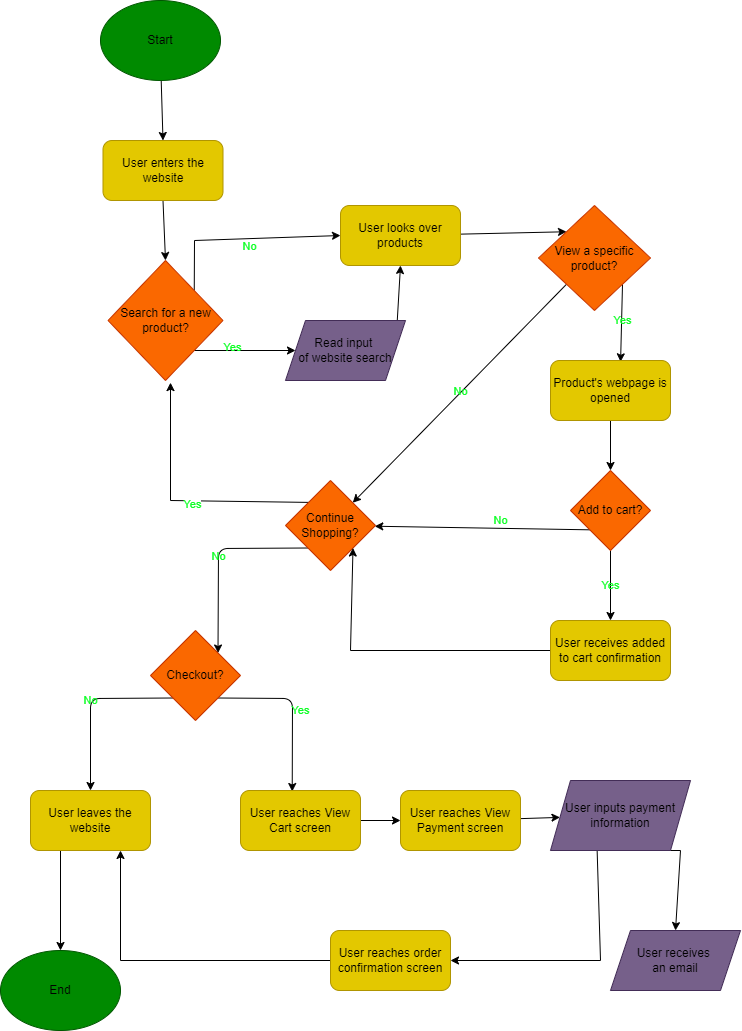
Before: explore/diagramming/diagram.drawio.png, a diagram exported from draw.io (daniel-lee-user/sp23-cse110-lab4). Source tidied: cells renumbered, new cells last; positions are measured from the earlier drawing's top-left corner, leaving out a move shared by most shapes.
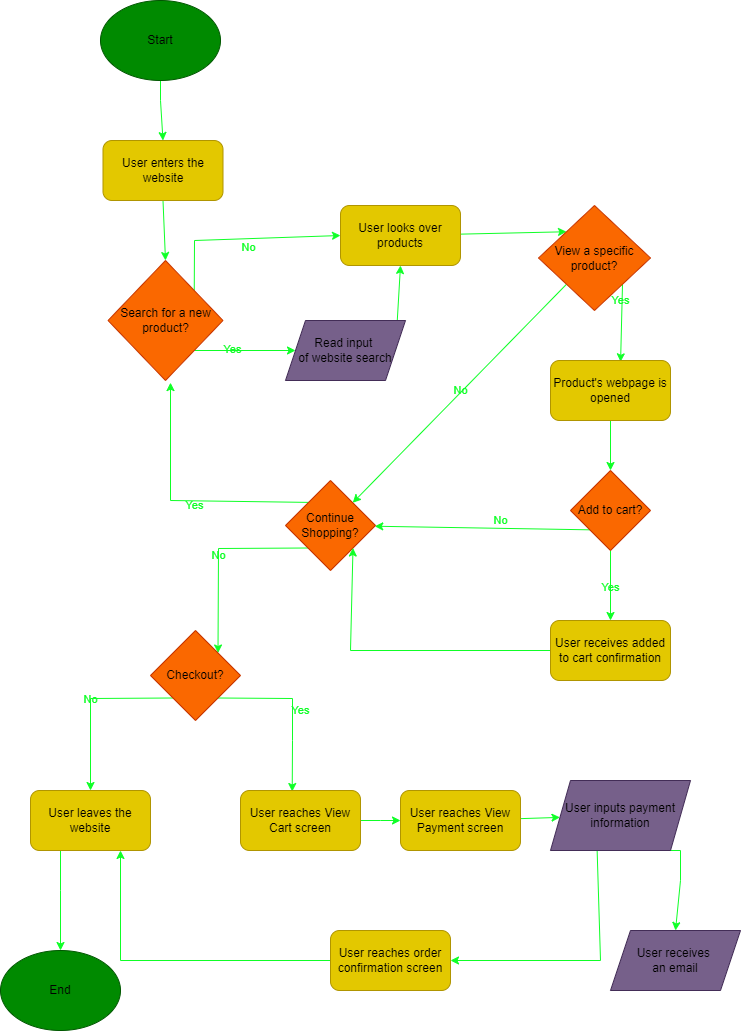
The same file after the commit.

Commit message:
changed arrow styles

Diff of the diagram source:
```diff
@@ -2,19 +2,23 @@
   <root>
     <mxCell id="0" />
     <mxCell id="1" parent="0" />
-    <mxCell id="2" style="edgeStyle=none;html=1;entryX=0.5;entryY=0;entryDx=0;entryDy=0;fontColor=#000000;" parent="1" edge="1" source="3" target="5">
-      <mxGeometry relative="1" as="geometry" />
+    <mxCell id="2" style="edgeStyle=none;html=1;entryX=0.5;entryY=0;entryDx=0;entryDy=0;fontColor=#0FFF27;labelBackgroundColor=none;rounded=0;strokeColor=#0FFF27;" parent="1" edge="1" source="3" target="5">
+      <mxGeometry relative="1" as="geometry">
+        <Array as="points">
+          <mxPoint x="160" y="100" />
+        </Array>
+      </mxGeometry>
     </mxCell>
     <mxCell id="3" value="&lt;font color=&quot;#000000&quot;&gt;Start&lt;/font&gt;" style="ellipse;whiteSpace=wrap;html=1;fillColor=#008a00;fontColor=#ffffff;strokeColor=#005700;" parent="1" vertex="1">
       <mxGeometry x="100" width="120" height="80" as="geometry" />
     </mxCell>
-    <mxCell id="4" style="edgeStyle=none;html=1;exitX=0.5;exitY=1;exitDx=0;exitDy=0;entryX=0.5;entryY=0;entryDx=0;entryDy=0;fontColor=#000000;rounded=0;" parent="1" edge="1" source="5" target="10">
+    <mxCell id="4" style="edgeStyle=none;html=1;exitX=0.5;exitY=1;exitDx=0;exitDy=0;entryX=0.5;entryY=0;entryDx=0;entryDy=0;fontColor=#0FFF27;rounded=0;labelBackgroundColor=none;strokeColor=#0FFF27;" parent="1" edge="1" source="5" target="10">
       <mxGeometry relative="1" as="geometry" />
     </mxCell>
     <mxCell id="5" value="User enters the website" style="rounded=1;whiteSpace=wrap;html=1;fillColor=#e3c800;strokeColor=#B09500;fontColor=#000000;" parent="1" vertex="1">
       <mxGeometry x="102.5" y="140" width="120" height="60" as="geometry" />
     </mxCell>
-    <mxCell id="6" style="edgeStyle=none;html=1;exitX=1;exitY=0;exitDx=0;exitDy=0;entryX=0;entryY=0.5;entryDx=0;entryDy=0;fontColor=#0FFF27;rounded=0;labelBackgroundColor=none;" parent="1" edge="1" source="10" target="14">
+    <mxCell id="6" style="edgeStyle=none;html=1;exitX=1;exitY=0;exitDx=0;exitDy=0;entryX=0;entryY=0.5;entryDx=0;entryDy=0;fontColor=#0FFF27;rounded=0;labelBackgroundColor=none;strokeColor=#0FFF27;" parent="1" edge="1" source="10" target="14">
       <mxGeometry relative="1" as="geometry">
         <Array as="points">
           <mxPoint x="194" y="240" />
@@ -26,7 +30,7 @@
         <mxPoint x="-14" y="7" as="offset" />
       </mxGeometry>
     </mxCell>
-    <mxCell id="8" style="edgeStyle=none;html=1;exitX=1;exitY=1;exitDx=0;exitDy=0;fontColor=#0FFF27;rounded=0;labelBackgroundColor=none;" parent="1" edge="1" source="10" target="12">
+    <mxCell id="8" style="edgeStyle=none;html=1;exitX=1;exitY=1;exitDx=0;exitDy=0;fontColor=#0FFF27;rounded=0;labelBackgroundColor=none;strokeColor=#0FFF27;" parent="1" edge="1" source="10" target="12">
       <mxGeometry relative="1" as="geometry" />
     </mxCell>
     <mxCell id="9" value="&lt;font&gt;Yes&lt;/font&gt;" style="edgeLabel;html=1;align=center;verticalAlign=middle;fontColor=#0FFF27;strokeColor=#011D00;labelBackgroundColor=none;" parent="8" vertex="1">
@@ -35,43 +39,43 @@
     <mxCell id="10" value="Search for a new product?" style="rhombus;whiteSpace=wrap;html=1;fontColor=#000000;fillColor=#fa6800;strokeColor=#C73500;" parent="1" vertex="1">
       <mxGeometry x="107.5" y="260" width="115" height="120" as="geometry" />
     </mxCell>
-    <mxCell id="11" style="edgeStyle=none;html=1;exitX=1;exitY=0.5;exitDx=0;exitDy=0;entryX=0.5;entryY=1;entryDx=0;entryDy=0;fontColor=#000000;rounded=0;" parent="1" edge="1" source="12" target="14">
+    <mxCell id="11" style="edgeStyle=none;html=1;exitX=1;exitY=0.5;exitDx=0;exitDy=0;entryX=0.5;entryY=1;entryDx=0;entryDy=0;fontColor=#0FFF27;rounded=0;labelBackgroundColor=none;strokeColor=#0FFF27;" parent="1" edge="1" source="12" target="14">
       <mxGeometry relative="1" as="geometry" />
     </mxCell>
     <mxCell id="12" value="&lt;font color=&quot;#000000&quot;&gt;Read input &lt;br&gt;of website search&lt;/font&gt;" style="shape=parallelogram;perimeter=parallelogramPerimeter;whiteSpace=wrap;html=1;fixedSize=1;fontColor=#ffffff;fillColor=#76608a;strokeColor=#432D57;" parent="1" vertex="1">
       <mxGeometry x="285" y="320" width="120" height="60" as="geometry" />
     </mxCell>
-    <mxCell id="13" style="edgeStyle=none;html=1;entryX=0;entryY=0;entryDx=0;entryDy=0;fontColor=#000000;" parent="1" edge="1" source="14" target="17">
+    <mxCell id="13" style="edgeStyle=none;html=1;entryX=0;entryY=0;entryDx=0;entryDy=0;fontColor=#0FFF27;labelBackgroundColor=none;rounded=0;strokeColor=#0FFF27;" parent="1" edge="1" source="14" target="17">
       <mxGeometry relative="1" as="geometry" />
     </mxCell>
     <mxCell id="14" value="User looks over products" style="rounded=1;whiteSpace=wrap;html=1;fontColor=#000000;fillColor=#e3c800;strokeColor=#B09500;" parent="1" vertex="1">
       <mxGeometry x="340" y="205" width="120" height="60" as="geometry" />
     </mxCell>
-    <mxCell id="15" value="&lt;font&gt;No&lt;/font&gt;" style="edgeStyle=none;html=1;exitX=0;exitY=1;exitDx=0;exitDy=0;fontColor=#0FFF27;rounded=0;labelBackgroundColor=none;" parent="1" edge="1" source="17" target="26">
+    <mxCell id="15" value="&lt;font&gt;No&lt;/font&gt;" style="edgeStyle=none;html=1;exitX=0;exitY=1;exitDx=0;exitDy=0;fontColor=#0FFF27;rounded=0;labelBackgroundColor=none;strokeColor=#0FFF27;" parent="1" edge="1" source="17" target="26">
       <mxGeometry x="-0.02" y="-1" relative="1" as="geometry" />
     </mxCell>
-    <mxCell id="16" value="&lt;font&gt;Yes&lt;/font&gt;" style="edgeStyle=none;html=1;exitX=1;exitY=1;exitDx=0;exitDy=0;entryX=0.584;entryY=0.022;entryDx=0;entryDy=0;entryPerimeter=0;fontColor=#0FFF27;rounded=0;labelBackgroundColor=none;" parent="1" edge="1" source="17" target="19">
-      <mxGeometry x="-0.07" y="1" relative="1" as="geometry" />
+    <mxCell id="16" value="&lt;font&gt;Yes&lt;/font&gt;" style="edgeStyle=none;html=1;exitX=1;exitY=1;exitDx=0;exitDy=0;entryX=0.584;entryY=0.022;entryDx=0;entryDy=0;entryPerimeter=0;fontColor=#0FFF27;rounded=0;labelBackgroundColor=none;strokeColor=#0FFF27;" parent="1" edge="1" source="17" target="19">
+      <mxGeometry x="-0.58" y="-2" relative="1" as="geometry" />
     </mxCell>
     <mxCell id="17" value="View a specific product?" style="rhombus;whiteSpace=wrap;html=1;fontColor=#000000;fillColor=#fa6800;strokeColor=#C73500;" parent="1" vertex="1">
       <mxGeometry x="538" y="205" width="112" height="105" as="geometry" />
     </mxCell>
-    <mxCell id="18" style="edgeStyle=none;html=1;exitX=0.5;exitY=1;exitDx=0;exitDy=0;entryX=0.5;entryY=0;entryDx=0;entryDy=0;fontColor=#FFFFFF;" parent="1" edge="1" source="19" target="22">
+    <mxCell id="18" style="edgeStyle=none;html=1;exitX=0.5;exitY=1;exitDx=0;exitDy=0;entryX=0.5;entryY=0;entryDx=0;entryDy=0;fontColor=#0FFF27;labelBackgroundColor=none;rounded=0;strokeColor=#0FFF27;" parent="1" edge="1" source="19" target="22">
       <mxGeometry relative="1" as="geometry" />
     </mxCell>
     <mxCell id="19" value="Product's webpage is opened" style="rounded=1;whiteSpace=wrap;html=1;fontColor=#000000;fillColor=#e3c800;strokeColor=#B09500;" parent="1" vertex="1">
       <mxGeometry x="550" y="360" width="120" height="60" as="geometry" />
     </mxCell>
-    <mxCell id="20" value="&lt;font&gt;Yes&lt;/font&gt;" style="edgeStyle=none;html=1;fontColor=#0FFF27;entryX=0.5;entryY=0;entryDx=0;entryDy=0;rounded=0;labelBorderColor=none;labelBackgroundColor=none;" parent="1" edge="1" source="22" target="28">
+    <mxCell id="20" value="&lt;font&gt;Yes&lt;/font&gt;" style="edgeStyle=none;html=1;fontColor=#0FFF27;entryX=0.5;entryY=0;entryDx=0;entryDy=0;rounded=0;labelBorderColor=none;labelBackgroundColor=none;strokeColor=#0FFF27;" parent="1" edge="1" source="22" target="28">
       <mxGeometry relative="1" as="geometry" />
     </mxCell>
-    <mxCell id="21" value="&lt;font&gt;No&lt;/font&gt;" style="edgeStyle=none;html=1;exitX=1;exitY=1;exitDx=0;exitDy=0;fontColor=#0FFF27;rounded=0;labelBackgroundColor=none;" parent="1" edge="1" source="22" target="26">
+    <mxCell id="21" value="&lt;font&gt;No&lt;/font&gt;" style="edgeStyle=none;html=1;exitX=1;exitY=1;exitDx=0;exitDy=0;fontColor=#0FFF27;rounded=0;labelBackgroundColor=none;strokeColor=#0FFF27;" parent="1" edge="1" source="22" target="26">
       <mxGeometry x="0.02" y="-8" relative="1" as="geometry" />
     </mxCell>
     <mxCell id="22" value="Add to cart?" style="rhombus;whiteSpace=wrap;html=1;fontColor=#000000;fillColor=#fa6800;strokeColor=#C73500;" parent="1" vertex="1">
       <mxGeometry x="570" y="470" width="80" height="80" as="geometry" />
     </mxCell>
-    <mxCell id="23" style="edgeStyle=none;html=1;exitX=1;exitY=0;exitDx=0;exitDy=0;fontColor=#0FFF27;rounded=0;labelBackgroundColor=none;" parent="1" edge="1" source="26">
+    <mxCell id="23" style="edgeStyle=none;html=1;exitX=1;exitY=0;exitDx=0;exitDy=0;fontColor=#0FFF27;rounded=0;labelBackgroundColor=none;strokeColor=#0FFF27;" parent="1" edge="1" source="26">
       <mxGeometry relative="1" as="geometry">
         <mxPoint x="170" y="382.1" as="targetPoint" />
         <Array as="points">
@@ -79,10 +83,10 @@
         </Array>
       </mxGeometry>
     </mxCell>
-    <mxCell id="24" value="&lt;font&gt;Yes&lt;/font&gt;" style="edgeLabel;html=1;align=center;verticalAlign=middle;fontColor=#0FFF27;" parent="23" vertex="1">
+    <mxCell id="24" value="&lt;font&gt;Yes&lt;/font&gt;" style="edgeLabel;html=1;align=center;verticalAlign=middle;fontColor=#0FFF27;labelBackgroundColor=none;" parent="23" vertex="1">
       <mxGeometry x="0.07" y="3" relative="1" as="geometry" />
     </mxCell>
-    <mxCell id="25" value="&lt;font&gt;No&lt;/font&gt;" style="edgeStyle=none;html=1;exitX=0;exitY=1;exitDx=0;exitDy=0;fontColor=#0FFF27;entryX=1;entryY=0;entryDx=0;entryDy=0;labelBackgroundColor=none;" parent="1" edge="1" source="26" target="31">
+    <mxCell id="25" value="&lt;font&gt;No&lt;/font&gt;" style="edgeStyle=none;html=1;exitX=0;exitY=1;exitDx=0;exitDy=0;fontColor=#0FFF27;entryX=1;entryY=0;entryDx=0;entryDy=0;labelBackgroundColor=none;rounded=0;strokeColor=#0FFF27;" parent="1" edge="1" source="26" target="31">
       <mxGeometry relative="1" as="geometry">
         <Array as="points">
           <mxPoint x="218" y="548" />
@@ -92,7 +96,7 @@
     <mxCell id="26" value="Continue Shopping?" style="rhombus;whiteSpace=wrap;html=1;fontColor=#000000;fillColor=#fa6800;strokeColor=#C73500;" parent="1" vertex="1">
       <mxGeometry x="285" y="480" width="90" height="90" as="geometry" />
     </mxCell>
-    <mxCell id="27" style="edgeStyle=none;html=1;entryX=1;entryY=1;entryDx=0;entryDy=0;fontColor=#FFFFFF;rounded=0;" parent="1" edge="1" source="28" target="26">
+    <mxCell id="27" style="edgeStyle=none;html=1;entryX=1;entryY=1;entryDx=0;entryDy=0;fontColor=#0FFF27;rounded=0;labelBackgroundColor=none;strokeColor=#0FFF27;" parent="1" edge="1" source="28" target="26">
       <mxGeometry relative="1" as="geometry">
         <Array as="points">
           <mxPoint x="350" y="650" />
@@ -102,49 +106,59 @@
     <mxCell id="28" value="User receives added to cart confirmation" style="rounded=1;whiteSpace=wrap;html=1;fontColor=#000000;fillColor=#e3c800;strokeColor=#B09500;" parent="1" vertex="1">
       <mxGeometry x="550" y="620" width="120" height="60" as="geometry" />
     </mxCell>
-    <mxCell id="29" value="&lt;font&gt;No&lt;/font&gt;" style="edgeStyle=none;html=1;exitX=0;exitY=1;exitDx=0;exitDy=0;fontColor=#0FFF27;entryX=0.5;entryY=0;entryDx=0;entryDy=0;labelBackgroundColor=none;" parent="1" edge="1" source="31" target="33">
+    <mxCell id="29" value="&lt;font&gt;No&lt;/font&gt;" style="edgeStyle=none;html=1;exitX=0;exitY=1;exitDx=0;exitDy=0;fontColor=#0FFF27;entryX=0.5;entryY=0;entryDx=0;entryDy=0;labelBackgroundColor=none;rounded=0;strokeColor=#0FFF27;" parent="1" edge="1" source="31" target="33">
       <mxGeometry x="-0.03" relative="1" as="geometry">
         <Array as="points">
           <mxPoint x="90" y="698" />
         </Array>
       </mxGeometry>
     </mxCell>
-    <mxCell id="30" value="&lt;font&gt;Yes&lt;/font&gt;" style="edgeStyle=none;html=1;exitX=1;exitY=1;exitDx=0;exitDy=0;fontColor=#0FFF27;entryX=0.431;entryY=0.017;entryDx=0;entryDy=0;entryPerimeter=0;labelBackgroundColor=none;" parent="1" edge="1" source="31" target="35">
+    <mxCell id="30" value="&lt;font&gt;Yes&lt;/font&gt;" style="edgeStyle=none;html=1;exitX=1;exitY=1;exitDx=0;exitDy=0;fontColor=#0FFF27;entryX=0.431;entryY=0.017;entryDx=0;entryDy=0;entryPerimeter=0;labelBackgroundColor=none;rounded=0;strokeColor=#0FFF27;" parent="1" edge="1" source="31" target="35">
       <mxGeometry x="0.03" y="8" relative="1" as="geometry">
         <Array as="points">
           <mxPoint x="292" y="698" />
+          <mxPoint x="292" y="740" />
         </Array>
       </mxGeometry>
     </mxCell>
     <mxCell id="31" value="Checkout?" style="rhombus;whiteSpace=wrap;html=1;fontColor=#000000;fillColor=#fa6800;strokeColor=#C73500;" parent="1" vertex="1">
       <mxGeometry x="150" y="630" width="90" height="90" as="geometry" />
     </mxCell>
-    <mxCell id="32" style="edgeStyle=none;html=1;exitX=0.25;exitY=1;exitDx=0;exitDy=0;entryX=0.5;entryY=0;entryDx=0;entryDy=0;" parent="1" edge="1" source="33" target="44">
-      <mxGeometry relative="1" as="geometry" />
+    <mxCell id="32" style="edgeStyle=none;html=1;exitX=0.25;exitY=1;exitDx=0;exitDy=0;entryX=0.5;entryY=0;entryDx=0;entryDy=0;labelBackgroundColor=none;rounded=0;strokeColor=#0FFF27;fontColor=#0FFF27;" parent="1" edge="1" source="33" target="44">
+      <mxGeometry relative="1" as="geometry">
+        <Array as="points">
+          <mxPoint x="60" y="890" />
+        </Array>
+      </mxGeometry>
     </mxCell>
     <mxCell id="33" value="User leaves the website" style="rounded=1;whiteSpace=wrap;html=1;fontColor=#000000;fillColor=#e3c800;strokeColor=#B09500;" parent="1" vertex="1">
       <mxGeometry x="30" y="790" width="120" height="60" as="geometry" />
     </mxCell>
-    <mxCell id="34" style="edgeStyle=none;rounded=0;html=1;exitX=1;exitY=0.5;exitDx=0;exitDy=0;fontColor=#FFFFFF;" parent="1" edge="1" source="35" target="37">
-      <mxGeometry relative="1" as="geometry" />
+    <mxCell id="34" style="edgeStyle=none;rounded=0;html=1;exitX=1;exitY=0.5;exitDx=0;exitDy=0;fontColor=#0FFF27;labelBackgroundColor=none;strokeColor=#0FFF27;" parent="1" edge="1" source="35" target="37">
+      <mxGeometry relative="1" as="geometry">
+        <Array as="points">
+          <mxPoint x="380" y="820" />
+        </Array>
+      </mxGeometry>
     </mxCell>
     <mxCell id="35" value="User reaches View Cart screen" style="rounded=1;whiteSpace=wrap;html=1;fontColor=#000000;fillColor=#e3c800;strokeColor=#B09500;" parent="1" vertex="1">
       <mxGeometry x="240" y="790" width="120" height="60" as="geometry" />
     </mxCell>
-    <mxCell id="36" style="edgeStyle=none;rounded=0;html=1;fontColor=#FFFFFF;" parent="1" edge="1" source="37" target="40">
+    <mxCell id="36" style="edgeStyle=none;rounded=0;html=1;fontColor=#0FFF27;labelBackgroundColor=none;strokeColor=#0FFF27;" parent="1" edge="1" source="37" target="40">
       <mxGeometry relative="1" as="geometry" />
     </mxCell>
     <mxCell id="37" value="User reaches View Payment screen" style="rounded=1;whiteSpace=wrap;html=1;fontColor=#000000;fillColor=#e3c800;strokeColor=#B09500;" parent="1" vertex="1">
       <mxGeometry x="400" y="790" width="120" height="60" as="geometry" />
     </mxCell>
-    <mxCell id="38" style="edgeStyle=none;rounded=0;html=1;exitX=0.5;exitY=1;exitDx=0;exitDy=0;entryX=0.5;entryY=0;entryDx=0;entryDy=0;fontColor=#FFFFFF;" parent="1" edge="1" source="40" target="43">
+    <mxCell id="38" style="edgeStyle=none;rounded=0;html=1;exitX=0.5;exitY=1;exitDx=0;exitDy=0;entryX=0.5;entryY=0;entryDx=0;entryDy=0;fontColor=#0FFF27;labelBackgroundColor=none;strokeColor=#0FFF27;" parent="1" edge="1" source="40" target="43">
       <mxGeometry relative="1" as="geometry">
         <Array as="points">
           <mxPoint x="680" y="850" />
+          <mxPoint x="680" y="880" />
         </Array>
       </mxGeometry>
     </mxCell>
-    <mxCell id="39" style="edgeStyle=none;rounded=0;html=1;entryX=1;entryY=0.5;entryDx=0;entryDy=0;fontColor=#FFFFFF;exitX=0.333;exitY=0.993;exitDx=0;exitDy=0;exitPerimeter=0;" parent="1" edge="1" source="40" target="42">
+    <mxCell id="39" style="edgeStyle=none;rounded=0;html=1;entryX=1;entryY=0.5;entryDx=0;entryDy=0;fontColor=#0FFF27;exitX=0.333;exitY=0.993;exitDx=0;exitDy=0;exitPerimeter=0;labelBackgroundColor=none;strokeColor=#0FFF27;" parent="1" edge="1" source="40" target="42">
       <mxGeometry relative="1" as="geometry">
         <Array as="points">
           <mxPoint x="600" y="960" />
@@ -154,7 +168,7 @@
     <mxCell id="40" value="&lt;font color=&quot;#000000&quot;&gt;User inputs payment information&lt;/font&gt;" style="shape=parallelogram;perimeter=parallelogramPerimeter;whiteSpace=wrap;html=1;fixedSize=1;fontColor=#ffffff;fillColor=#76608a;strokeColor=#432D57;" parent="1" vertex="1">
       <mxGeometry x="550" y="780" width="140" height="70" as="geometry" />
     </mxCell>
-    <mxCell id="41" style="edgeStyle=none;rounded=0;html=1;entryX=0.75;entryY=1;entryDx=0;entryDy=0;fontColor=#FFFFFF;" parent="1" edge="1" source="42" target="33">
+    <mxCell id="41" style="edgeStyle=none;rounded=0;html=1;entryX=0.75;entryY=1;entryDx=0;entryDy=0;fontColor=#0FFF27;labelBackgroundColor=none;strokeColor=#0FFF27;" parent="1" edge="1" source="42" target="33">
       <mxGeometry relative="1" as="geometry">
         <Array as="points">
           <mxPoint x="120" y="960" />
```
